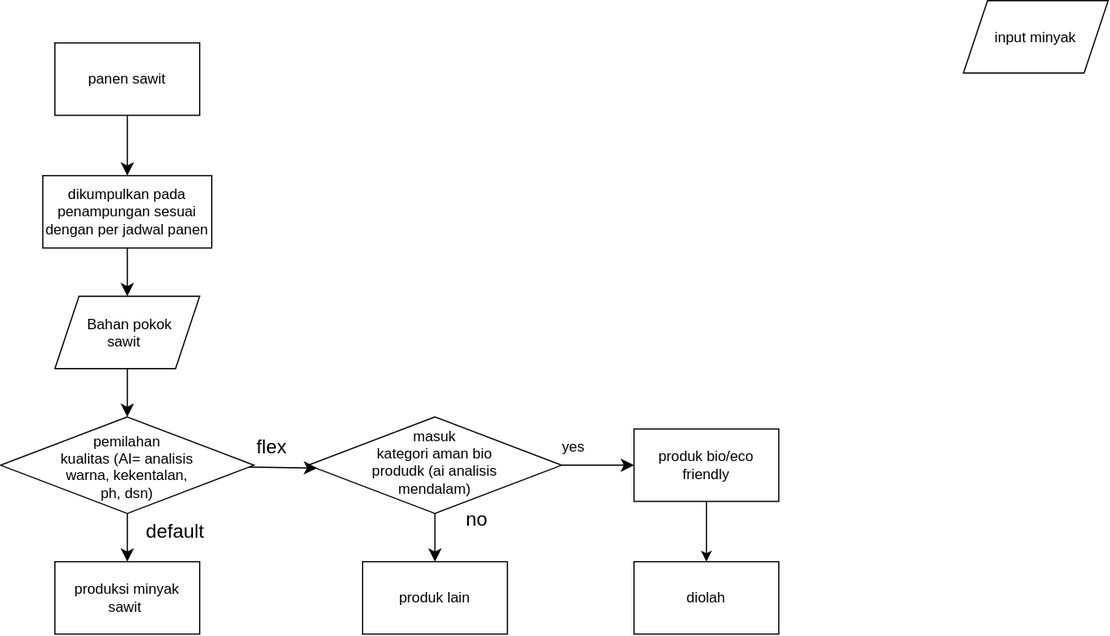
The draw.io diagram Diagram seluruh rangka project.drawio.svg in marrrinmarmar/sawight, before a commit. Source tidied: cells renumbered, new cells last; positions are measured from the earlier drawing's top-left corner, leaving out a move shared by most shapes.
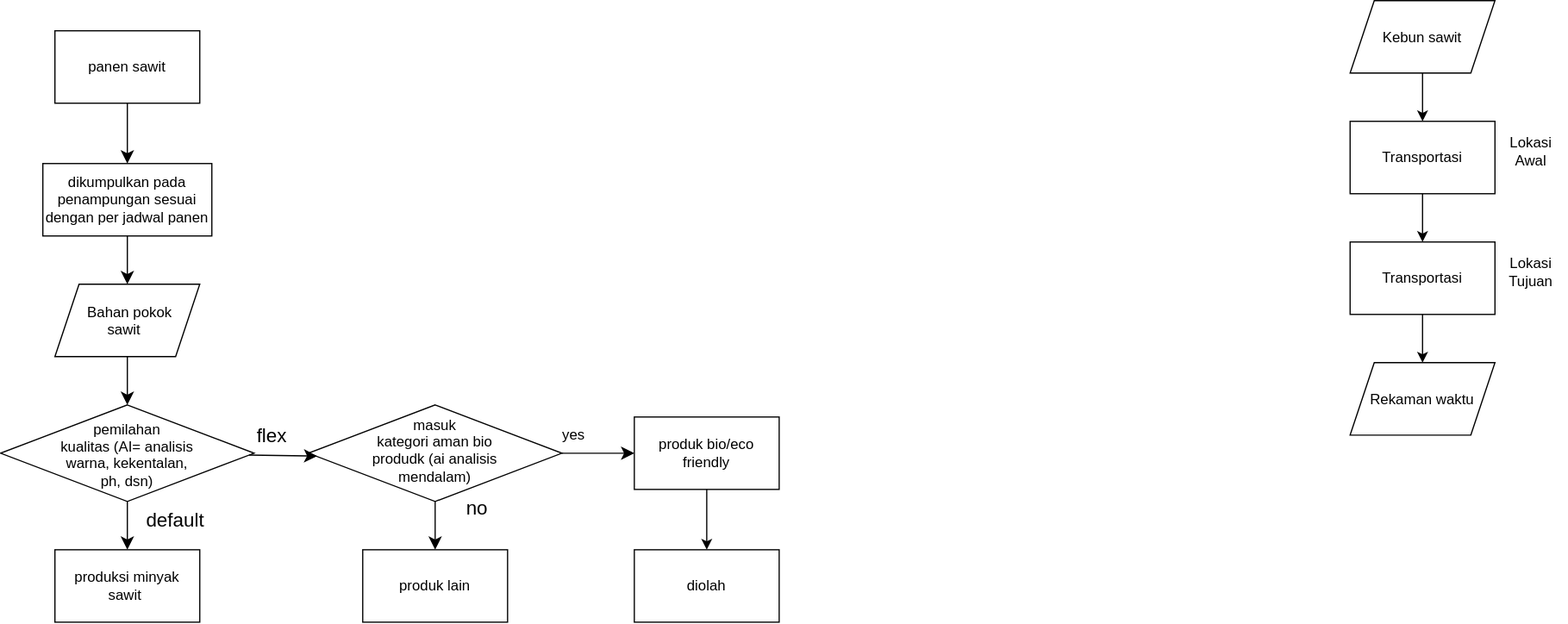
After the commit.

What changed in the source:
```diff
@@ -65,8 +65,32 @@
     <mxCell id="22" value="diolah" style="whiteSpace=wrap;html=1;" parent="1" vertex="1">
       <mxGeometry x="525" y="465" width="120" height="60" as="geometry" />
     </mxCell>
+    <mxCell id="24" style="edgeStyle=orthogonalEdgeStyle;rounded=0;jettySize=auto;html=1;defaultLabelBackgroundColor=page;" parent="1" edge="1" source="23" target="26">
+      <mxGeometry relative="1" as="geometry" />
+    </mxCell>
-    <mxCell id="23" value="input minyak" style="shape=parallelogram;perimeter=parallelogramPerimeter;whiteSpace=wrap;html=1;shapeInside=1;fixedSize=1;" parent="1" vertex="1">
-      <mxGeometry x="798" width="120" height="60" as="geometry" />
+    <mxCell id="23" value="Kebun sawit" style="shape=parallelogram;perimeter=parallelogramPerimeter;whiteSpace=wrap;html=1;shapeInside=1;fixedSize=1;" parent="1" vertex="1">
+      <mxGeometry x="1118" y="10" width="120" height="60" as="geometry" />
     </mxCell>
+    <mxCell id="25" style="edgeStyle=orthogonalEdgeStyle;rounded=0;jettySize=auto;html=1;defaultLabelBackgroundColor=page;" parent="1" edge="1" source="26" target="29">
+      <mxGeometry relative="1" as="geometry" />
+    </mxCell>
+    <mxCell id="26" value="Transportasi" style="whiteSpace=wrap;html=1;" parent="1" vertex="1">
+      <mxGeometry x="1118" y="110" width="120" height="60" as="geometry" />
+    </mxCell>
+    <mxCell id="27" value="Lokasi Awal" style="text;html=1;whiteSpace=wrap;strokeColor=none;fillColor=none;align=center;verticalAlign=middle;rounded=0;" parent="1" vertex="1">
+      <mxGeometry x="1238" y="120" width="60" height="30" as="geometry" />
+    </mxCell>
+    <mxCell id="28" style="edgeStyle=orthogonalEdgeStyle;rounded=0;jettySize=auto;html=1;defaultLabelBackgroundColor=page;" parent="1" edge="1" source="29" target="31">
+      <mxGeometry relative="1" as="geometry" />
+    </mxCell>
+    <mxCell id="29" value="Transportasi" style="whiteSpace=wrap;html=1;" parent="1" vertex="1">
+      <mxGeometry x="1118" y="210" width="120" height="60" as="geometry" />
+    </mxCell>
+    <mxCell id="30" value="Lokasi Tujuan" style="text;html=1;whiteSpace=wrap;strokeColor=none;fillColor=none;align=center;verticalAlign=middle;rounded=0;" parent="1" vertex="1">
+      <mxGeometry x="1238" y="220" width="60" height="30" as="geometry" />
+    </mxCell>
+    <mxCell id="31" value="Rekaman waktu" style="shape=parallelogram;perimeter=parallelogramPerimeter;whiteSpace=wrap;html=1;shapeInside=1;fixedSize=1;" parent="1" vertex="1">
+      <mxGeometry x="1118" y="310" width="120" height="60" as="geometry" />
+    </mxCell>
   </root>
 </mxGraphModel>
```
